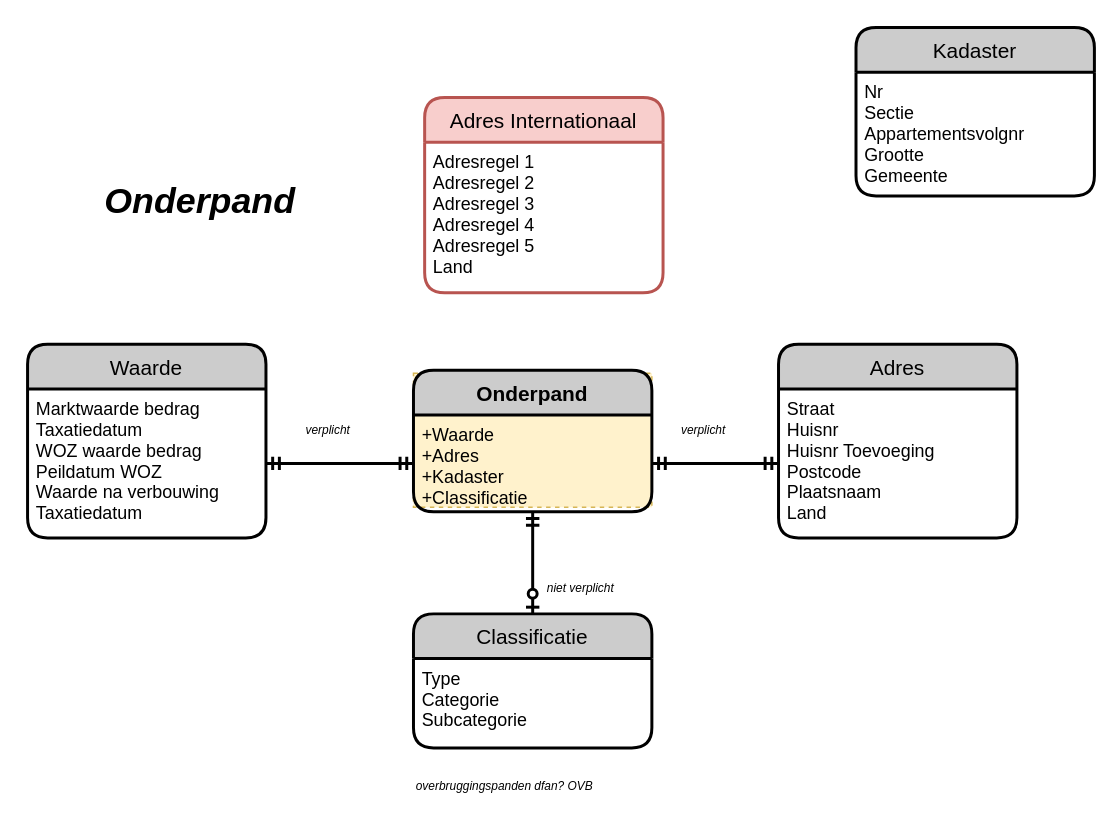
Above: page "Onderpand" (3 of 6) of 3rdParty-HDN.drawio in luchthandel/diagrams (draw.io), before the change. Source tidied: cells renumbered, new cells numbered last; positions are measured from the earlier drawing's top-left corner, leaving out a move shared by most shapes. Both pictures are drawn from the tidied source at 149%, with x=0, y=0 at pixel (27, 27).
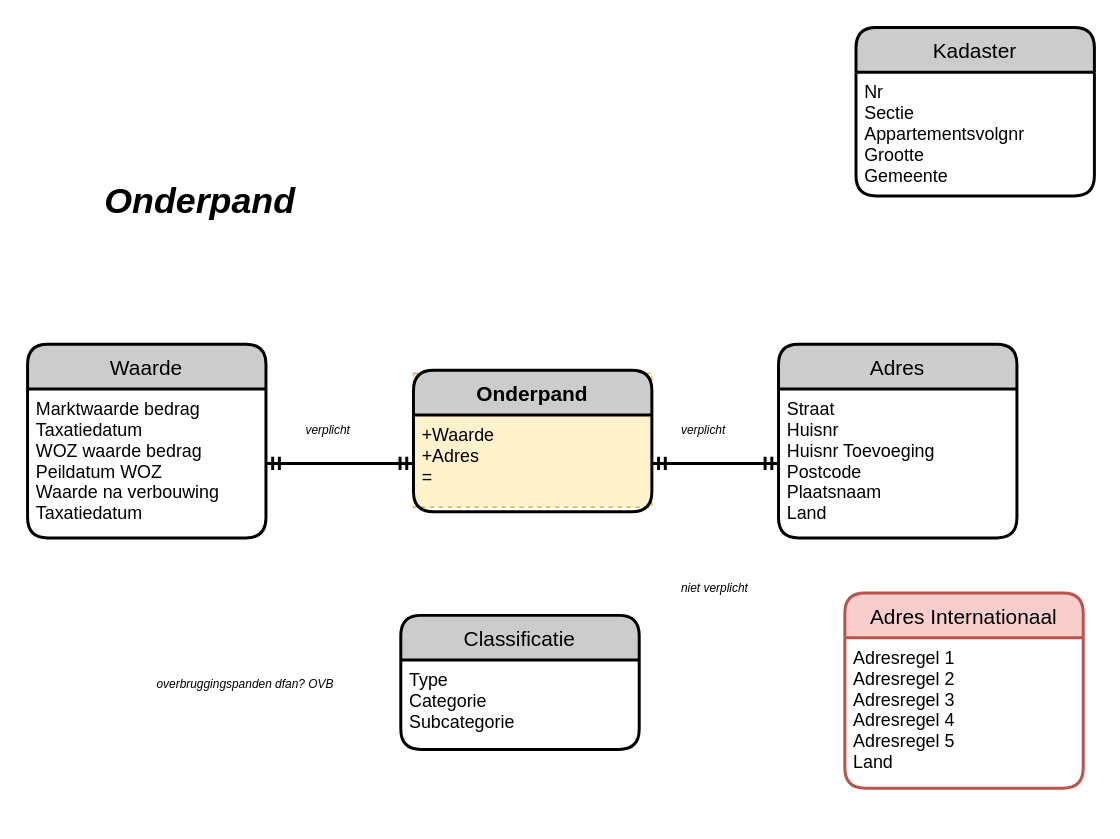
The same page after the edit.

The change refers to these unchanged cells:
```xml
<mxCell id="3" value="Onderpand" style="swimlane;horizontal=1;startSize=30;fillColor=#CCCCCC;fontColor=#000000;rounded=1;fontSize=14;fontStyle=1;strokeWidth=2;shadow=0;dashed=0;align=center;" parent="1" vertex="1">
  <mxGeometry x="259" y="230" width="160" height="95" as="geometry" />
</mxCell>
```

Diff of the diagram source:
```diff
@@
-    <mxCell id="4" value="+Waarde&#10;+Adres&#10;+Kadaster&#10;+Classificatie" style="align=left;strokeColor=none;fillColor=none;spacingLeft=4;fontSize=12;verticalAlign=top;" parent="3" vertex="1">
+    <mxCell id="4" value="+Waarde&#10;+Adres&#10;=" style="align=left;strokeColor=none;fillColor=none;spacingLeft=4;fontSize=12;verticalAlign=top;" parent="3" vertex="1">
       <mxGeometry y="30" width="160" height="65" as="geometry" />
     </mxCell>
     <mxCell id="5" value="Classificatie" style="swimlane;horizontal=1;startSize=30;fillColor=#CCCCCC;fontColor=#000000;rounded=1;fontSize=14;fontStyle=0;strokeWidth=2;shadow=0;dashed=0;align=center;" parent="1" vertex="1">
-      <mxGeometry x="259" y="393.5" width="160" height="90" as="geometry" />
+      <mxGeometry x="250.5" y="394.5" width="160" height="90" as="geometry" />
     </mxCell>
@@
-    <mxCell id="16" style="edgeStyle=orthogonalEdgeStyle;rounded=0;jettySize=auto;html=1;exitX=0.5;exitY=1;exitDx=0;exitDy=0;startArrow=ERmandOne;startFill=0;endArrow=ERzeroToOne;endFill=1;strokeWidth=2;fontSize=8;" parent="1" edge="1" source="4" target="5">
-      <mxGeometry relative="1" as="geometry" />
-    </mxCell>
@@
     <mxCell id="19" value="niet verplicht" style="text;html=1;fontStyle=2;fontSize=8;" parent="1" vertex="1">
-      <mxGeometry x="346.5" y="364.5" width="50" height="30" as="geometry" />
+      <mxGeometry x="436.5" y="364.5" width="50" height="30" as="geometry" />
     </mxCell>
     <mxCell id="20" value="Adres Internationaal" style="swimlane;horizontal=1;startSize=30;fillColor=#f8cecc;rounded=1;fontSize=14;fontStyle=0;strokeWidth=2;shadow=0;dashed=0;align=center;strokeColor=#b85450;" parent="1" vertex="1">
-      <mxGeometry x="266.5" y="47" width="160" height="131" as="geometry" />
+      <mxGeometry x="548.5" y="379.5" width="160" height="131" as="geometry" />
     </mxCell>
@@
     <mxCell id="22" value="overbruggingspanden dfan? OVB" style="text;html=1;fontStyle=2;fontSize=8;" parent="1" vertex="1">
-      <mxGeometry x="259" y="498" width="50" height="30" as="geometry" />
+      <mxGeometry x="85" y="430" width="50" height="30" as="geometry" />
     </mxCell>
```
